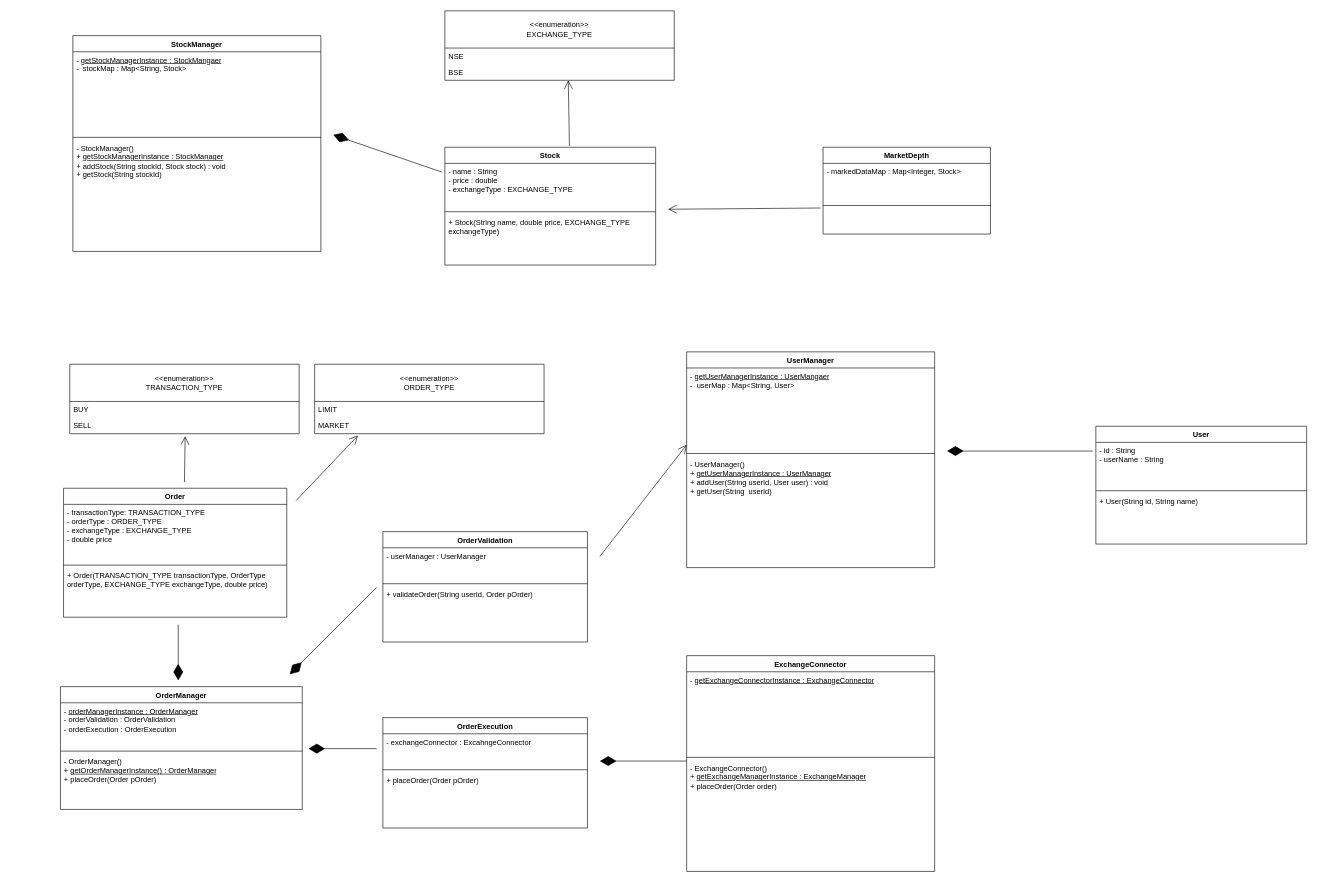
Before: stockBroker(zerodha/upstock).drawio in Varma2116/system-design, a draw.io diagram. Source tidied: cells renumbered, new cells numbered last; positions are measured from the earlier drawing's top-left corner, leaving out a move shared by most shapes. Both pictures are drawn from the tidied source at 62%, with x=0, y=0 at pixel (60, 11).
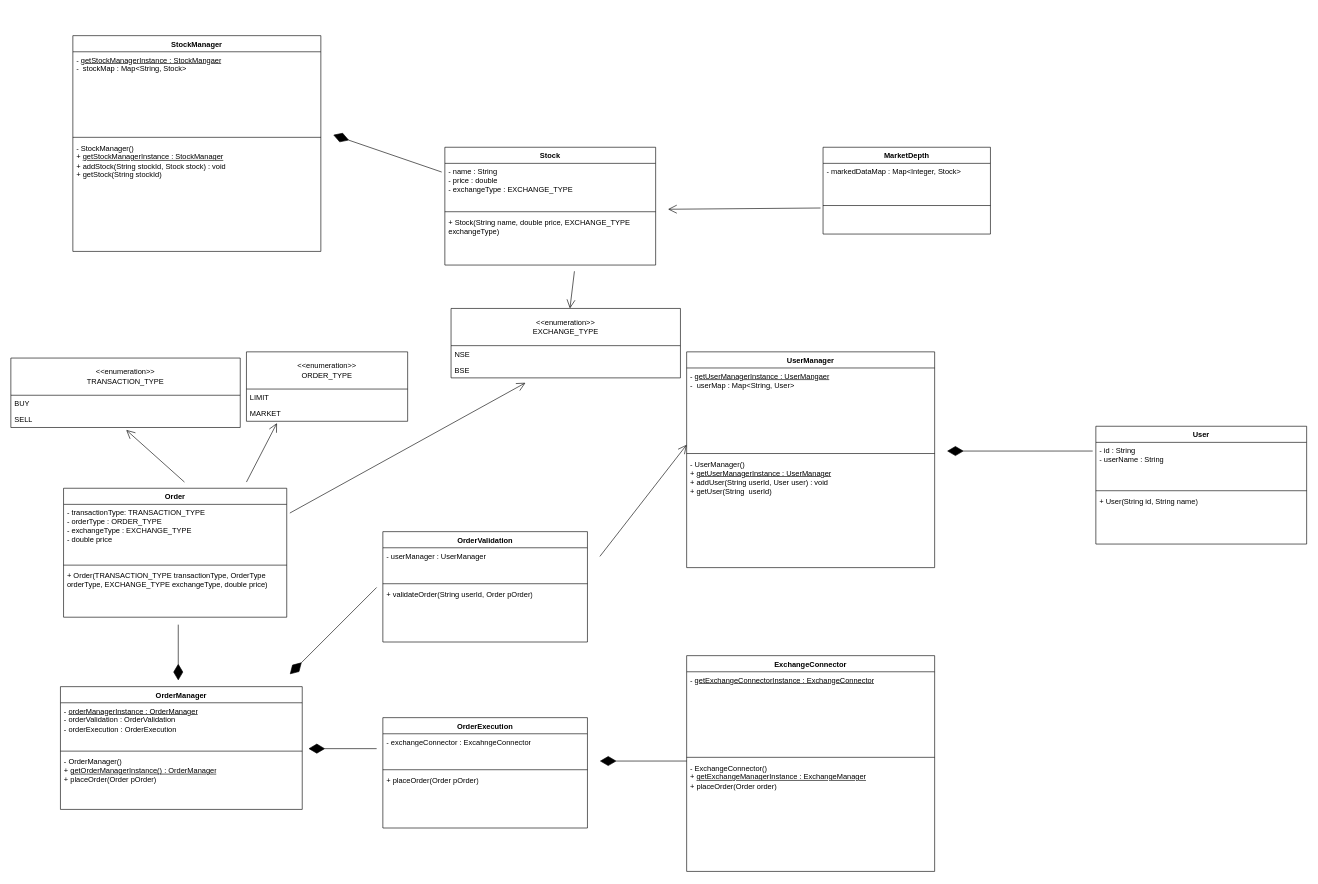
The same page after the edit.

Unchanged cells that the change refers to:
```xml
<mxCell id="2" value="Stock" style="swimlane;fontStyle=1;align=center;verticalAlign=top;horizontal=1;startSize=26;whiteSpace=wrap;html=1;" parent="1" vertex="1">
  <mxGeometry x="620" y="220" width="340" height="190" as="geometry" />
</mxCell>
<mxCell id="17" value="BSE" style="text;strokeColor=none;fillColor=none;align=left;verticalAlign=top;spacingLeft=4;spacingRight=4;overflow=hidden;points=[[0,0.5],[1,0.5]];portConstraint=eastwest;whiteSpace=wrap;html=1;" parent="15" vertex="1">
  <mxGeometry y="86" width="370" height="26" as="geometry" />
</mxCell>
```

The edit, as a diff of the source:
```diff
@@
     <mxCell id="15" value="&amp;lt;&amp;lt;enumeration&amp;gt;&amp;gt;&lt;div&gt;EXCHANGE_TYPE&lt;/div&gt;" style="swimlane;fontStyle=0;horizontal=1;startSize=60;fillColor=none;whiteSpace=wrap;html=1;" parent="1" vertex="1">
-      <mxGeometry x="620" width="370" height="112" as="geometry" />
+      <mxGeometry x="630" y="480" width="370" height="112" as="geometry" />
     </mxCell>
@@
-    <mxCell id="18" style="endArrow=open;endFill=1;endSize=12;html=1;rounded=0;entryX=0.538;entryY=1;entryDx=0;entryDy=0;entryPerimeter=0;exitX=0.591;exitY=-0.011;exitDx=0;exitDy=0;exitPerimeter=0;" parent="1" edge="1" source="2" target="17">
-      <mxGeometry relative="1" as="geometry" />
+    <mxCell id="18" style="endArrow=open;endFill=1;endSize=12;html=1;rounded=0;" parent="1" edge="1" target="15">
+      <mxGeometry relative="1" as="geometry">
+        <mxPoint x="829" y="420" as="sourcePoint" />
+      </mxGeometry>
     </mxCell>
     <mxCell id="19" value="&amp;lt;&amp;lt;enumeration&amp;gt;&amp;gt;&lt;div&gt;ORDER_TYPE&lt;/div&gt;" style="swimlane;fontStyle=0;horizontal=1;startSize=60;fillColor=none;whiteSpace=wrap;html=1;" parent="1" vertex="1">
-      <mxGeometry x="410" y="570" width="370" height="112" as="geometry" />
+      <mxGeometry x="300" y="550" width="260" height="112" as="geometry" />
     </mxCell>
     <mxCell id="20" value="LIMIT" style="text;strokeColor=none;fillColor=none;align=left;verticalAlign=top;spacingLeft=4;spacingRight=4;overflow=hidden;whiteSpace=wrap;html=1;" parent="19" vertex="1">
-      <mxGeometry y="60" width="370" height="26" as="geometry" />
+      <mxGeometry y="60" width="260" height="26" as="geometry" />
     </mxCell>
     <mxCell id="21" value="MARKET" style="text;strokeColor=none;fillColor=none;align=left;verticalAlign=top;spacingLeft=4;spacingRight=4;overflow=hidden;points=[[0,0.5],[1,0.5]];portConstraint=eastwest;whiteSpace=wrap;html=1;" parent="19" vertex="1">
-      <mxGeometry y="86" width="370" height="26" as="geometry" />
+      <mxGeometry y="86" width="260" height="26" as="geometry" />
     </mxCell>
     <mxCell id="22" value="&amp;lt;&amp;lt;enumeration&amp;gt;&amp;gt;&lt;div&gt;TRANSACTION_TYPE&lt;/div&gt;" style="swimlane;fontStyle=0;horizontal=1;startSize=60;fillColor=none;whiteSpace=wrap;html=1;" parent="1" vertex="1">
-      <mxGeometry x="15" y="570" width="370" height="112" as="geometry" />
+      <mxGeometry x="-80" y="560" width="370" height="112" as="geometry" />
     </mxCell>
@@
     <mxCell id="26" style="endArrow=open;endFill=1;endSize=12;html=1;rounded=0;entryX=0.189;entryY=1.115;entryDx=0;entryDy=0;entryPerimeter=0;" parent="1" edge="1" target="21">
       <mxGeometry relative="1" as="geometry">
-        <mxPoint x="380" y="790" as="sourcePoint" />
+        <mxPoint x="300" y="760" as="sourcePoint" />
       </mxGeometry>
     </mxCell>
@@
+    <mxCell id="62" style="endArrow=open;endFill=1;endSize=12;html=1;rounded=0;" parent="1" edge="1">
+      <mxGeometry relative="1" as="geometry">
+        <mxPoint x="370" y="810" as="sourcePoint" />
+        <mxPoint x="750" y="600" as="targetPoint" />
+      </mxGeometry>
+    </mxCell>
```
